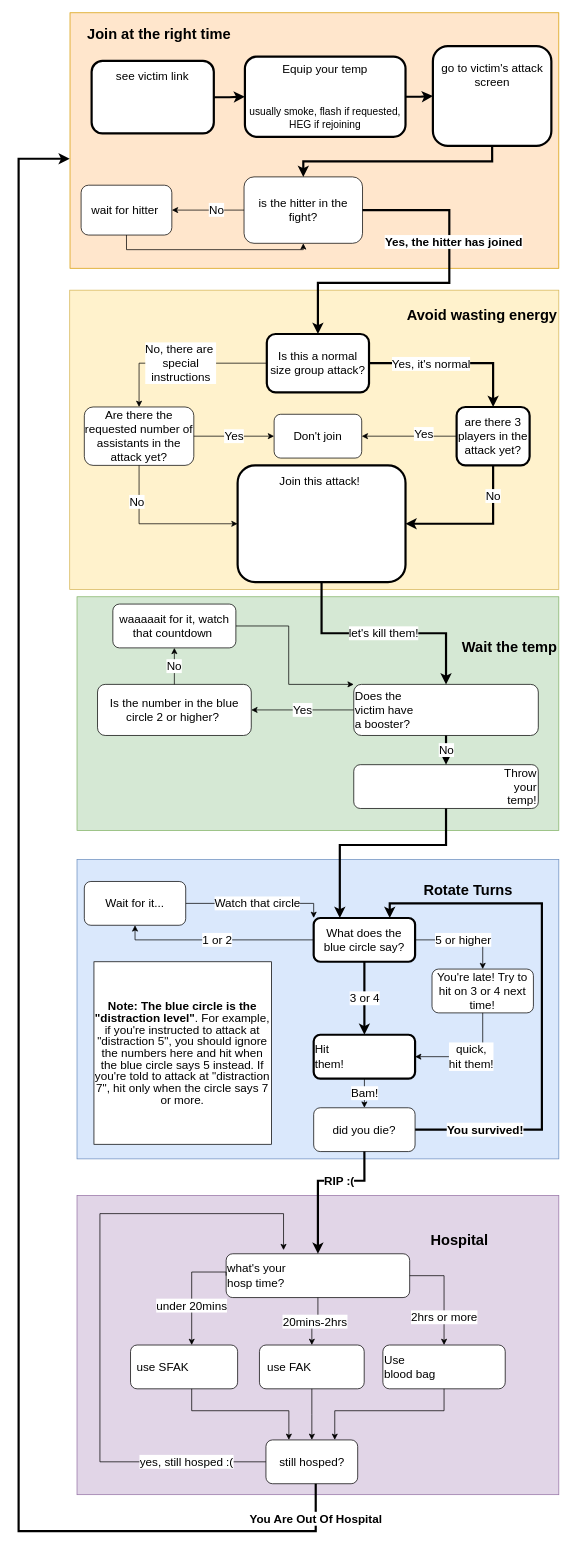
pomatias/pomatias.github.io keeps this draw.io diagram as Untitled Diagram.drawio. Above is the earlier version. Source tidied: cells renumbered, new cells numbered last; positions are measured from the earlier drawing's top-left corner, leaving out a move shared by most shapes. Both pictures are drawn from the tidied source at 73%, with x=0, y=0 at pixel (18, 12).
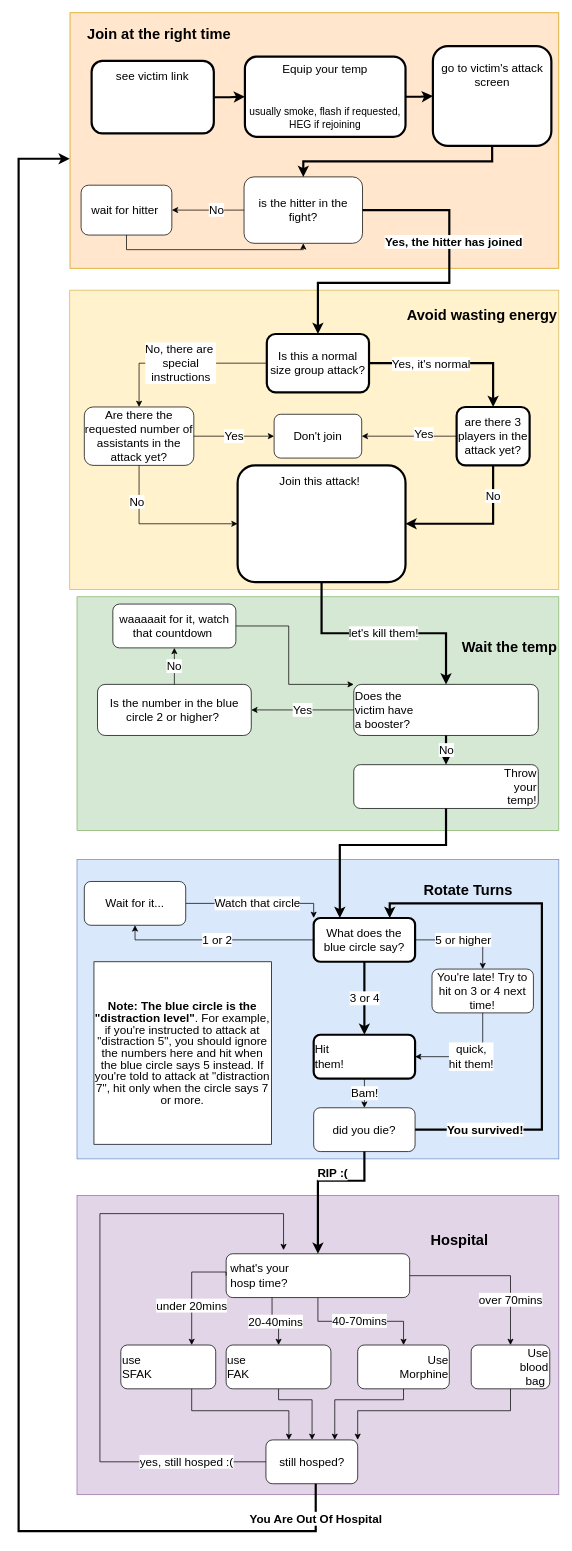
The same diagram, later.

Unchanged cells that the change refers to:
```xml
<mxCell id="49" value="did you die?" style="rounded=1;whiteSpace=wrap;html=1;fontSize=16;" parent="1" vertex="1">
  <mxGeometry x="404.2" y="1500" width="138.9" height="60" as="geometry" />
</mxCell>
<mxCell id="61" value="still hosped?" style="rounded=1;whiteSpace=wrap;html=1;fontSize=16;" parent="1" vertex="1">
  <mxGeometry x="338.8" y="1955" width="125.7" height="60" as="geometry" />
</mxCell>
```

The edit, as a diff of the source:
```diff
@@
+    <mxCell id="71" style="edgeStyle=orthogonalEdgeStyle;rounded=0;jettySize=auto;html=1;fontSize=16;" parent="1" edge="1" source="53" target="74">
+      <mxGeometry relative="1" as="geometry" />
+    </mxCell>
+    <mxCell id="72" value="40-70mins" style="edgeLabel;html=1;align=center;verticalAlign=middle;fontSize=16;" parent="71" vertex="1">
+      <mxGeometry x="-0.18" y="2" relative="1" as="geometry">
+        <mxPoint x="14" y="1" as="offset" />
+      </mxGeometry>
+    </mxCell>
-    <mxCell id="53" value="what's your &lt;br&gt;&lt;div&gt;&lt;span&gt;hosp time?&amp;nbsp;&lt;/span&gt;&lt;/div&gt;" style="rounded=1;whiteSpace=wrap;html=1;fontSize=16;align=left;" parent="1" vertex="1">
+    <mxCell id="53" value="&amp;nbsp;what's your &lt;br&gt;&lt;div&gt;&lt;span&gt;&amp;nbsp;hosp time?&amp;nbsp;&lt;/span&gt;&lt;/div&gt;" style="rounded=1;whiteSpace=wrap;html=1;fontSize=16;align=left;" parent="1" vertex="1">
       <mxGeometry x="284.3" y="1700" width="251.4" height="60" as="geometry" />
     </mxCell>
-    <mxCell id="54" value="use SFAK&amp;nbsp; &amp;nbsp; &amp;nbsp; &amp;nbsp; &amp;nbsp; &amp;nbsp; &amp;nbsp;" style="rounded=1;whiteSpace=wrap;html=1;fontSize=16;" parent="1" vertex="1">
-      <mxGeometry x="153.3" y="1825" width="146.7" height="60" as="geometry" />
+    <mxCell id="54" value="use &lt;br&gt;SFAK&amp;nbsp; &amp;nbsp; &amp;nbsp; &amp;nbsp; &amp;nbsp; &amp;nbsp; &amp;nbsp;" style="rounded=1;whiteSpace=wrap;html=1;fontSize=16;align=left;" parent="1" vertex="1">
+      <mxGeometry x="140" y="1825" width="130" height="60" as="geometry" />
     </mxCell>
@@
-    <mxCell id="56" value="use FAK&amp;nbsp; &amp;nbsp; &amp;nbsp; &amp;nbsp; &amp;nbsp; &amp;nbsp; &amp;nbsp;&amp;nbsp;" style="rounded=1;whiteSpace=wrap;html=1;fontSize=16;" parent="1" vertex="1">
-      <mxGeometry x="329.9" y="1825" width="143.5" height="60" as="geometry" />
+    <mxCell id="56" value="use &lt;br&gt;FAK&amp;nbsp; &amp;nbsp; &amp;nbsp; &amp;nbsp; &amp;nbsp; &amp;nbsp; &amp;nbsp;&amp;nbsp;" style="rounded=1;whiteSpace=wrap;html=1;fontSize=16;align=left;" parent="1" vertex="1">
+      <mxGeometry x="284.3" y="1825" width="143.5" height="60" as="geometry" />
     </mxCell>
-    <mxCell id="57" value="20mins-2hrs" style="edgeStyle=orthogonalEdgeStyle;rounded=0;jettySize=auto;html=1;fontSize=16;" parent="1" edge="1" source="53" target="56">
+    <mxCell id="57" value="20-40mins" style="edgeStyle=orthogonalEdgeStyle;rounded=0;jettySize=auto;html=1;fontSize=16;exitX=0.25;exitY=1;exitDx=0;exitDy=0;" parent="1" edge="1" source="53" target="56">
       <mxGeometry relative="1" as="geometry" />
     </mxCell>
-    <mxCell id="58" value="Use &lt;br&gt;blood bag&amp;nbsp; &amp;nbsp; &amp;nbsp; &amp;nbsp; &amp;nbsp; &amp;nbsp;" style="rounded=1;whiteSpace=wrap;html=1;fontSize=16;align=left;" parent="1" vertex="1">
-      <mxGeometry x="499" y="1825" width="167.6" height="60" as="geometry" />
+    <mxCell id="58" value="Use &lt;br&gt;blood &lt;br&gt;bag&amp;nbsp;" style="rounded=1;whiteSpace=wrap;html=1;fontSize=16;align=right;" parent="1" vertex="1">
+      <mxGeometry x="620" y="1825" width="107.6" height="60" as="geometry" />
     </mxCell>
-    <mxCell id="59" value="2hrs or more" style="edgeStyle=orthogonalEdgeStyle;rounded=0;jettySize=auto;html=1;fontSize=16;exitX=1;exitY=0.5;exitDx=0;exitDy=0;" parent="1" edge="1" source="53" target="58">
+    <mxCell id="59" value="over 70mins" style="edgeStyle=orthogonalEdgeStyle;rounded=0;jettySize=auto;html=1;fontSize=16;exitX=1;exitY=0.5;exitDx=0;exitDy=0;" parent="1" edge="1" source="53" target="58">
       <mxGeometry x="0.47" relative="1" as="geometry" />
     </mxCell>
@@
     <mxCell id="63" style="edgeStyle=orthogonalEdgeStyle;rounded=0;jettySize=auto;html=1;fontSize=16;" parent="1" edge="1" source="56" target="61">
-      <mxGeometry relative="1" as="geometry" />
+      <mxGeometry relative="1" as="geometry">
+        <Array as="points">
+          <mxPoint x="356" y="1900" />
+          <mxPoint x="402" y="1900" />
+        </Array>
+      </mxGeometry>
     </mxCell>
-    <mxCell id="64" style="edgeStyle=orthogonalEdgeStyle;rounded=0;jettySize=auto;html=1;entryX=0.75;entryY=0;entryDx=0;entryDy=0;fontSize=16;exitX=0.5;exitY=1;exitDx=0;exitDy=0;" parent="1" edge="1" source="58" target="61">
+    <mxCell id="64" style="edgeStyle=orthogonalEdgeStyle;rounded=0;jettySize=auto;html=1;entryX=1;entryY=0;entryDx=0;entryDy=0;fontSize=16;exitX=0.5;exitY=1;exitDx=0;exitDy=0;" parent="1" edge="1" source="58" target="61">
       <mxGeometry relative="1" as="geometry">
         <Array as="points">
-          <mxPoint x="582.9" y="1915" />
-          <mxPoint x="433" y="1915" />
+          <mxPoint x="674" y="1915" />
+          <mxPoint x="465" y="1915" />
         </Array>
       </mxGeometry>
     </mxCell>
@@
     <mxCell id="69" value="&lt;b&gt;RIP :(&lt;/b&gt;" style="edgeStyle=orthogonalEdgeStyle;rounded=0;jettySize=auto;html=1;entryX=0.5;entryY=0;entryDx=0;entryDy=0;fontSize=16;exitX=0.5;exitY=1;exitDx=0;exitDy=0;strokeWidth=3;" parent="1" edge="1" source="49" target="53">
-      <mxGeometry x="-0.26" relative="1" as="geometry">
+      <mxGeometry x="-0.18" y="-10" relative="1" as="geometry">
         <Array as="points">
           <mxPoint x="474" y="1600" />
           <mxPoint x="410" y="1600" />
         </Array>
       </mxGeometry>
     </mxCell>
@@
+    <mxCell id="73" style="edgeStyle=orthogonalEdgeStyle;rounded=0;jettySize=auto;html=1;entryX=0.75;entryY=0;entryDx=0;entryDy=0;fontSize=16;" parent="1" edge="1" source="74" target="61">
+      <mxGeometry relative="1" as="geometry">
+        <Array as="points">
+          <mxPoint x="527" y="1900" />
+          <mxPoint x="433" y="1900" />
+        </Array>
+      </mxGeometry>
+    </mxCell>
+    <mxCell id="74" value="&lt;font style=&quot;font-size: 16px&quot;&gt;&amp;nbsp;&lt;br&gt;&amp;nbsp;Use &lt;br&gt;&lt;div&gt;&lt;span&gt;&amp;nbsp;Morphine&lt;/span&gt;&lt;/div&gt;&lt;br&gt;&lt;/font&gt;" style="rounded=1;whiteSpace=wrap;html=1;align=right;" parent="1" vertex="1">
+      <mxGeometry x="464.5" y="1825" width="125.5" height="60" as="geometry" />
+    </mxCell>
```
